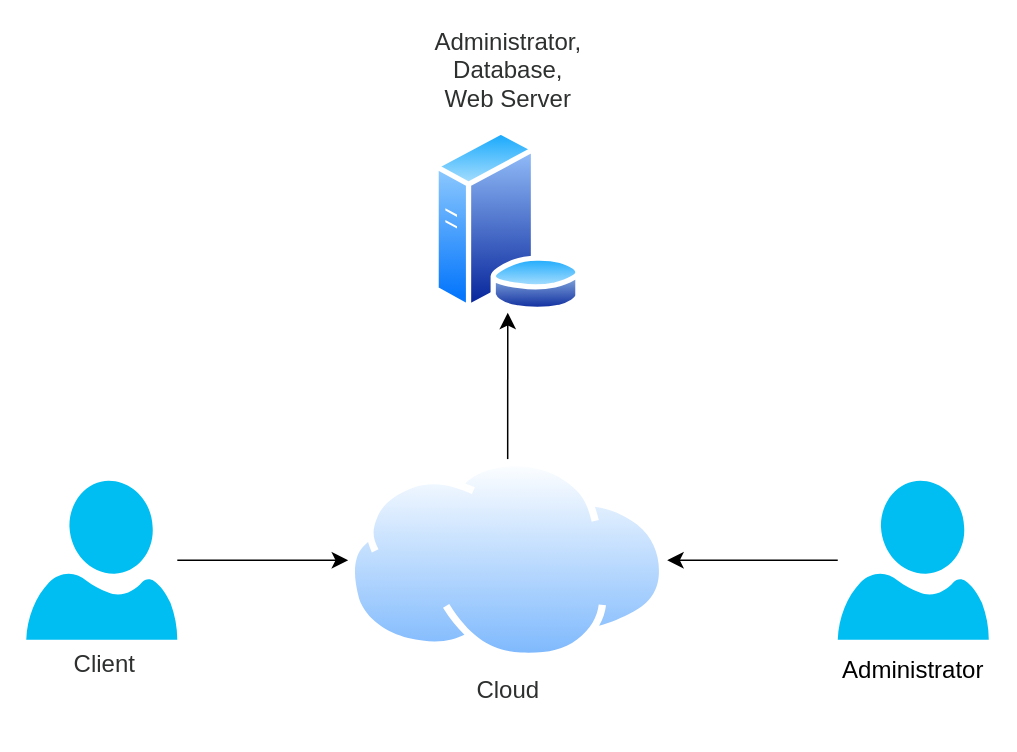
Above: page "Page-1" (1 of 3) of ER.drawio in ProfDetermined/uni-works (draw.io), before the change. Source tidied: cells renumbered, new cells numbered last; positions are measured from the earlier drawing's top-left corner, leaving out a move shared by most shapes. Both pictures are drawn from the tidied source at 150%, with x=0, y=0 at pixel (26, 46).
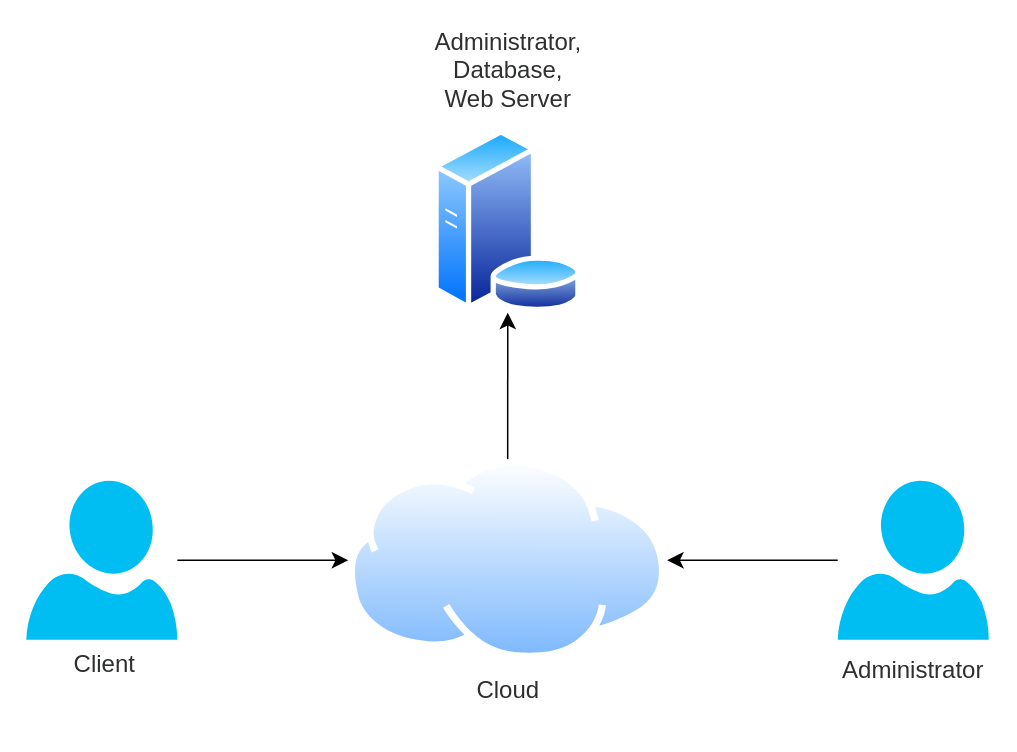
The same page after the edit.

Change to the diagram source:
```diff
@@
 <mxGraphModel>
   <root>
     <mxCell id="0" />
     <mxCell id="1" parent="0" />
     <mxCell id="2" style="image;perimeter=ellipsePerimeter;html=1;align=center;shadow=0;dashed=0;spacingTop=3;image=img/lib/active_directory/database_server.svg;fontSize=16;" parent="1" vertex="1">
       <mxGeometry x="271" y="55" width="100" height="122" as="geometry" />
     </mxCell>
     <mxCell id="3" value="Administrator, Database,&lt;br style=&quot;border-color: var(--border-color);&quot;&gt;Web Server" style="text;html=1;strokeColor=none;fillColor=none;align=center;verticalAlign=middle;whiteSpace=wrap;rounded=0;fontSize=16;fontColor=#2e2f2f;" parent="1" vertex="1">
       <mxGeometry x="261.5" width="119" height="30" as="geometry" />
     </mxCell>
     <mxCell id="4" style="edgeStyle=none;curved=1;rounded=0;jettySize=auto;html=1;fontSize=12;startSize=8;endSize=8;" parent="1" edge="1" source="5" target="9">
       <mxGeometry relative="1" as="geometry" />
     </mxCell>
     <mxCell id="5" style="verticalLabelPosition=bottom;html=1;verticalAlign=top;align=center;strokeColor=none;fillColor=#00BEF2;shape=mxgraph.azure.user;fontSize=16;" parent="1" vertex="1">
       <mxGeometry x="541" y="289" width="100.7" height="106" as="geometry" />
     </mxCell>
-    <mxCell id="6" value="&lt;span style=&quot;font-family: Helvetica; font-size: 16px; font-style: normal; font-variant-ligatures: normal; font-variant-caps: normal; font-weight: 400; letter-spacing: normal; orphans: 2; text-indent: 0px; text-transform: none; widows: 2; word-spacing: 0px; -webkit-text-stroke-width: 0px; background-color: rgb(255, 255, 255); text-decoration-thickness: initial; text-decoration-style: initial; text-decoration-color: initial; float: none; display: inline !important;&quot;&gt;Administrator&lt;/span&gt;" style="text;whiteSpace=wrap;html=1;fontSize=16;align=center;fillColor=none;" parent="1" vertex="1">
+    <mxCell id="6" value="&lt;span style=&quot;font-family: Helvetica; font-size: 16px; font-style: normal; font-variant-ligatures: normal; font-variant-caps: normal; font-weight: 400; letter-spacing: normal; orphans: 2; text-indent: 0px; text-transform: none; widows: 2; word-spacing: 0px; -webkit-text-stroke-width: 0px; background-color: rgb(255, 255, 255); text-decoration-thickness: initial; text-decoration-style: initial; text-decoration-color: initial; float: none; display: inline !important;&quot;&gt;Administrator&lt;/span&gt;" style="text;whiteSpace=wrap;html=1;fontSize=16;align=center;fillColor=none;fontColor=#2e2f2f;" parent="1" vertex="1">
       <mxGeometry x="539" y="399" width="104.7" height="41" as="geometry" />
     </mxCell>
     <mxCell id="7" value="&lt;span style=&quot;font-family: Helvetica; font-size: 16px; font-style: normal; font-variant-ligatures: normal; font-variant-caps: normal; font-weight: 400; letter-spacing: normal; orphans: 2; text-indent: 0px; text-transform: none; widows: 2; word-spacing: 0px; -webkit-text-stroke-width: 0px; background-color: rgb(255, 255, 255); text-decoration-thickness: initial; text-decoration-style: initial; text-decoration-color: initial; float: none; display: inline !important;&quot;&gt;Cloud&lt;/span&gt;" style="text;whiteSpace=wrap;html=1;fontSize=16;fontColor=#2e2f2f;align=center;" parent="1" vertex="1">
       <mxGeometry x="294.5" y="412" width="53" height="41" as="geometry" />
     </mxCell>
     <mxCell id="8" style="edgeStyle=none;curved=1;rounded=0;jettySize=auto;html=1;fontSize=12;startSize=8;endSize=8;" parent="1" edge="1" source="9" target="2">
       <mxGeometry relative="1" as="geometry" />
     </mxCell>
     <mxCell id="9" style="image;perimeter=ellipsePerimeter;html=1;align=center;shadow=0;dashed=0;spacingTop=3;image=img/lib/active_directory/internet_cloud.svg;fontSize=16;" parent="1" vertex="1">
       <mxGeometry x="214.6" y="275" width="212.7" height="134" as="geometry" />
     </mxCell>
     <mxCell id="10" style="edgeStyle=none;curved=1;rounded=0;jettySize=auto;html=1;fontSize=12;startSize=8;endSize=8;" parent="1" edge="1" source="11" target="9">
       <mxGeometry relative="1" as="geometry" />
     </mxCell>
     <mxCell id="11" style="verticalLabelPosition=bottom;html=1;verticalAlign=top;align=center;strokeColor=none;fillColor=#00BEF2;shape=mxgraph.azure.user;fontSize=16;" parent="1" vertex="1">
       <mxGeometry y="289" width="100.7" height="106" as="geometry" />
     </mxCell>
     <mxCell id="12" value="&lt;span style=&quot;font-family: Helvetica; font-size: 16px; font-style: normal; font-variant-ligatures: normal; font-variant-caps: normal; font-weight: 400; letter-spacing: normal; orphans: 2; text-indent: 0px; text-transform: none; widows: 2; word-spacing: 0px; -webkit-text-stroke-width: 0px; background-color: rgb(255, 255, 255); text-decoration-thickness: initial; text-decoration-style: initial; text-decoration-color: initial; float: none; display: inline !important;&quot;&gt;Client&lt;/span&gt;" style="text;whiteSpace=wrap;html=1;fontSize=16;align=center;fontColor=#2e2f2f;" parent="1" vertex="1">
       <mxGeometry y="395" width="104.7" height="41" as="geometry" />
     </mxCell>
   </root>
 </mxGraphModel>
```
